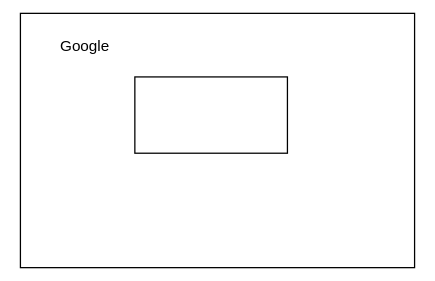
Earlier version of the draw.io export System Design/Untitled Diagram.svg (Chitlangia-Vedant/Obsidian). Source tidied: cells renumbered, new cells last; positions are measured from the earlier drawing's top-left corner, leaving out a move shared by most shapes.
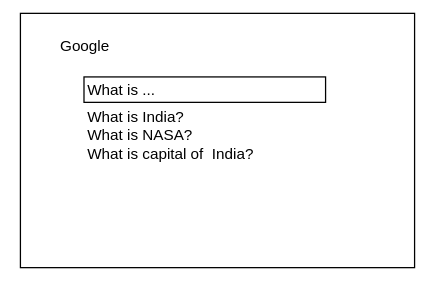
Later version of the same file.

Commit message:
vault backup: 2026-09-24 21:56:48

Change to the diagram source:
```diff
@@ -8,8 +8,11 @@
     <mxCell id="3" value="Google" style="text;html=1;strokeColor=none;fillColor=none;align=center;verticalAlign=middle;whiteSpace=wrap;rounded=0;" parent="1" vertex="1">
       <mxGeometry width="100" height="50" as="geometry" />
     </mxCell>
-    <mxCell id="4" style="rounded=0;whiteSpace=wrap;html=1;" parent="1" vertex="1">
-      <mxGeometry x="90" y="50" width="120" height="60" as="geometry" />
+    <mxCell id="4" value="What is ..." style="rounded=0;whiteSpace=wrap;html=1;align=left;" parent="1" vertex="1">
+      <mxGeometry x="50" y="50" width="190" height="20" as="geometry" />
     </mxCell>
+    <mxCell id="5" value="What is India?&lt;br&gt;What is NASA?&lt;br&gt;What is capital of&amp;nbsp; India?" style="text;html=1;strokeColor=none;fillColor=none;align=left;verticalAlign=middle;whiteSpace=wrap;rounded=0;" parent="1" vertex="1">
+      <mxGeometry x="50" y="70" width="190" height="50" as="geometry" />
+    </mxCell>
   </root>
 </mxGraphModel>
```
